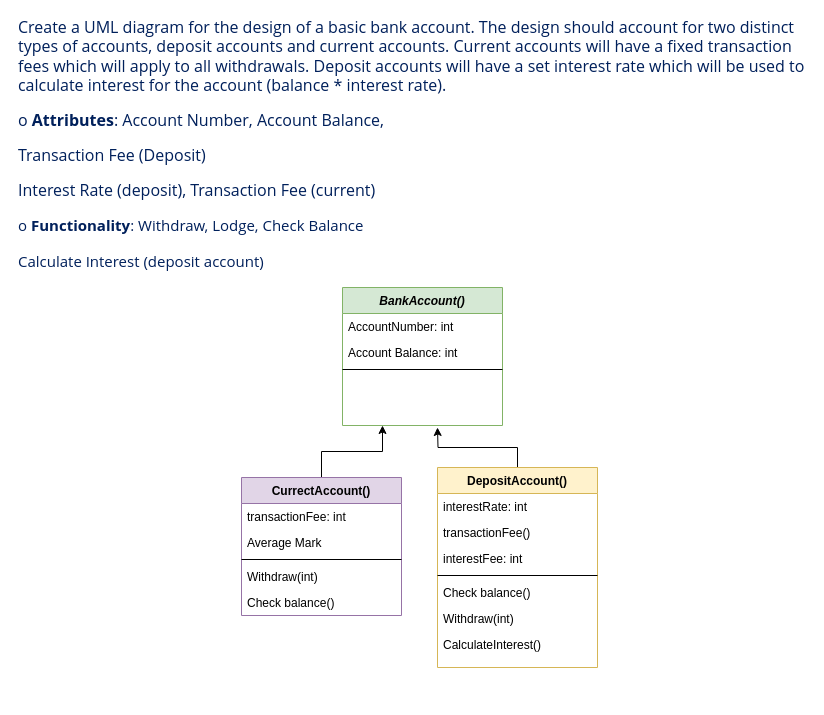
This is bankinguml.drawio from VictoriaJ4/VictoriaJ4, a draw.io file, before an edit. Source tidied: cells renumbered, new cells numbered last; positions are measured from the earlier drawing's top-left corner, leaving out a move shared by most shapes. Both pictures are drawn from the tidied source at 100%, with x=0, y=0 at pixel (17, 137).
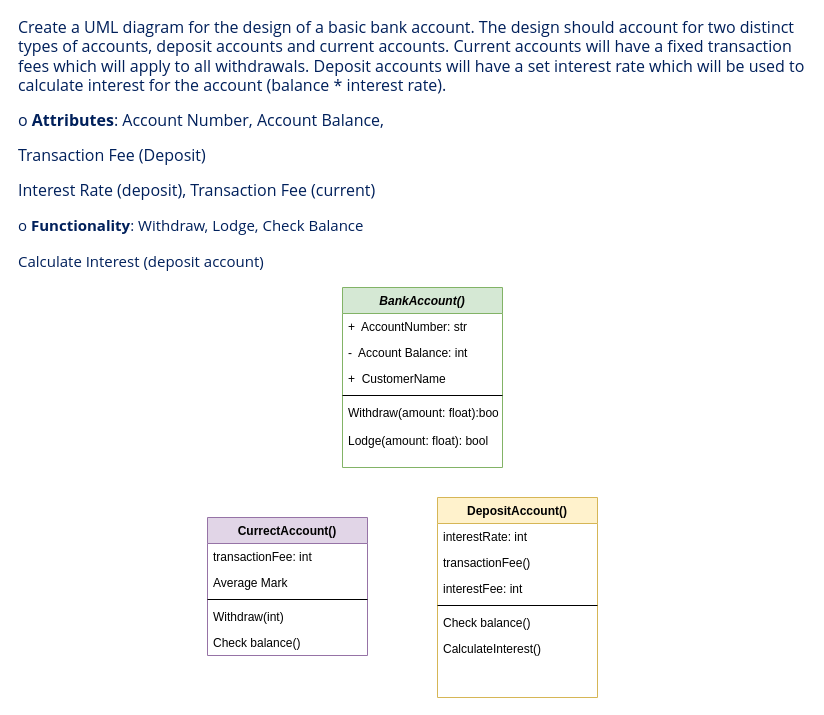
The same page after the edit.

The edit, as a diff of the source:
```diff
@@
     <mxCell id="2" value="BankAccount()" style="swimlane;fontStyle=3;align=center;verticalAlign=top;horizontal=1;startSize=26;rounded=0;shadow=0;strokeWidth=1;fillColor=#d5e8d4;strokeColor=#82b366;" parent="1" vertex="1">
-      <mxGeometry x="325" y="150" width="160" height="138" as="geometry" />
+      <mxGeometry x="325" y="150" width="160" height="180" as="geometry" />
     </mxCell>
-    <mxCell id="3" value="AccountNumber: int" style="text;align=left;verticalAlign=top;spacingLeft=4;spacingRight=4;overflow=hidden;" parent="2" vertex="1">
+    <mxCell id="3" value="+  AccountNumber: str" style="text;align=left;verticalAlign=top;spacingLeft=4;spacingRight=4;overflow=hidden;" parent="2" vertex="1">
       <mxGeometry y="26" width="160" height="26" as="geometry" />
     </mxCell>
-    <mxCell id="4" value="Account Balance: int" style="text;align=left;verticalAlign=top;spacingLeft=4;spacingRight=4;overflow=hidden;rounded=0;shadow=0;html=0;" parent="2" vertex="1">
+    <mxCell id="4" value="-  Account Balance: int" style="text;align=left;verticalAlign=top;spacingLeft=4;spacingRight=4;overflow=hidden;rounded=0;shadow=0;html=0;" parent="2" vertex="1">
       <mxGeometry y="52" width="160" height="26" as="geometry" />
     </mxCell>
+    <mxCell id="23" value="+  CustomerName" style="text;align=left;verticalAlign=top;spacingLeft=4;spacingRight=4;overflow=hidden;rounded=0;shadow=0;html=0;" parent="2" vertex="1">
+      <mxGeometry y="78" width="160" height="26" as="geometry" />
+    </mxCell>
     <mxCell id="5" style="line;html=1;strokeWidth=1;align=left;verticalAlign=middle;spacingTop=-1;spacingLeft=3;spacingRight=3;labelPosition=right;" parent="2" vertex="1">
-      <mxGeometry y="78" width="160" height="8" as="geometry" />
+      <mxGeometry y="104" width="160" height="8" as="geometry" />
     </mxCell>
-    <mxCell id="6" style="edgeStyle=orthogonalEdgeStyle;rounded=0;jettySize=auto;html=1;entryX=0.25;entryY=1;entryDx=0;entryDy=0;" parent="1" edge="1" source="7" target="2">
-      <mxGeometry relative="1" as="geometry" />
-    </mxCell>
+    <mxCell id="20" value="Withdraw(amount: float):bool" style="text;align=left;verticalAlign=top;spacingLeft=4;spacingRight=4;overflow=hidden;" parent="2" vertex="1">
+      <mxGeometry y="112" width="160" height="28" as="geometry" />
+    </mxCell>
+    <mxCell id="24" value="Lodge(amount: float): bool" style="text;align=left;verticalAlign=top;spacingLeft=4;spacingRight=4;overflow=hidden;" parent="2" vertex="1">
+      <mxGeometry y="140" width="160" height="30" as="geometry" />
+    </mxCell>
     <mxCell id="7" value="CurrectAccount()" style="swimlane;fontStyle=1;align=center;verticalAlign=top;horizontal=1;startSize=26;rounded=0;shadow=0;strokeWidth=1;fillColor=#e1d5e7;strokeColor=#9673a6;" parent="1" vertex="1">
-      <mxGeometry x="224" y="340" width="160" height="138" as="geometry" />
+      <mxGeometry x="190" y="380" width="160" height="138" as="geometry" />
     </mxCell>
@@
-    <mxCell id="13" style="edgeStyle=orthogonalEdgeStyle;rounded=0;jettySize=auto;html=1;" parent="1" edge="1" source="14">
-      <mxGeometry relative="1" as="geometry">
-        <mxPoint x="420" y="290" as="targetPoint" />
-      </mxGeometry>
-    </mxCell>
     <mxCell id="14" value="DepositAccount()" style="swimlane;fontStyle=1;align=center;verticalAlign=top;horizontal=1;startSize=26;rounded=0;shadow=0;strokeWidth=1;fillColor=#fff2cc;strokeColor=#d6b656;" parent="1" vertex="1">
-      <mxGeometry x="420" y="330" width="160" height="200" as="geometry" />
+      <mxGeometry x="420" y="360" width="160" height="200" as="geometry" />
     </mxCell>
@@
-    <mxCell id="20" value="Withdraw(int)" style="text;align=left;verticalAlign=top;spacingLeft=4;spacingRight=4;overflow=hidden;" parent="14" vertex="1">
-      <mxGeometry y="138" width="160" height="26" as="geometry" />
-    </mxCell>
     <mxCell id="21" value="CalculateInterest()" style="text;align=left;verticalAlign=top;spacingLeft=4;spacingRight=4;overflow=hidden;" parent="14" vertex="1">
-      <mxGeometry y="164" width="160" height="26" as="geometry" />
+      <mxGeometry y="138" width="160" height="26" as="geometry" />
     </mxCell>
```
